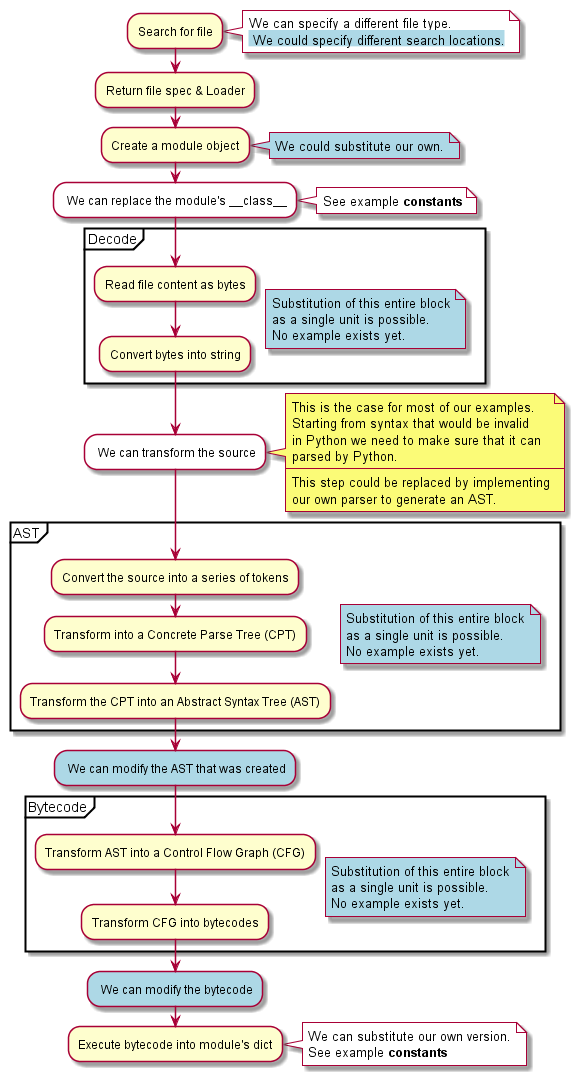
aroberge/ideas keeps this PlantUML diagram as docs/source/_static/import_hook3.png. Above is the earlier version.
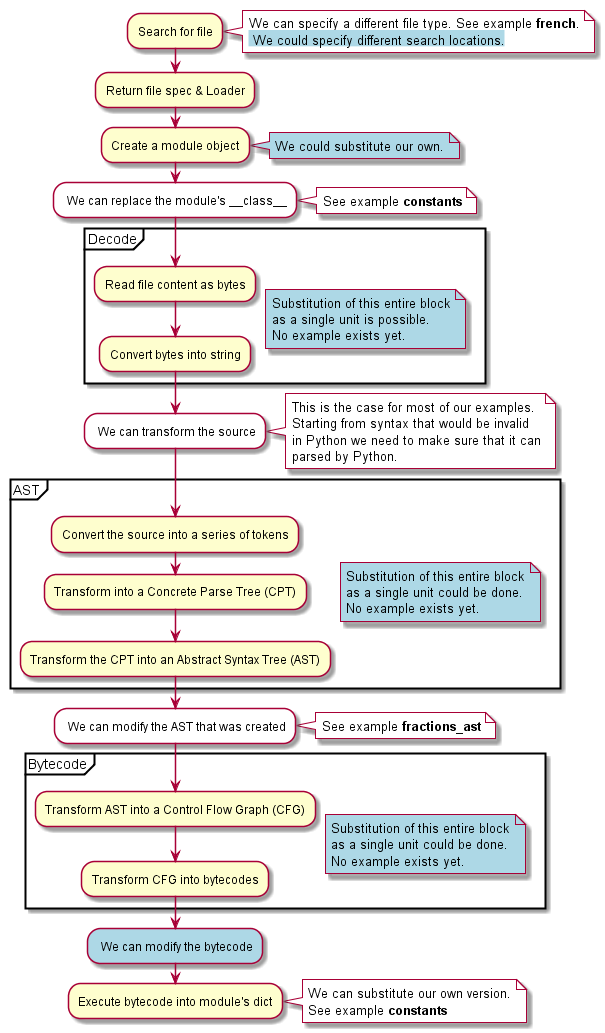
The same file after the commit.

The edit, as a diff of the source:
```diff
@@ -1,7 +1,7 @@
 @startuml
     :Search for file;
     note right #White
-        We can specify a different file type.
+        We can specify a different file type. See example **french**.
         <back:lightblue> We could specify different search locations.</back>
     end note
     :Return file spec & Loader;
@@ -21,30 +21,28 @@
         :Convert bytes into string;
     }
     #White: We can transform the source;
-    note right
+    note right #White
         This is the case for most of our examples.
         Starting from syntax that would be invalid
         in Python we need to make sure that it can
         parsed by Python.
-        ----
-        This step could be replaced by implementing
-        our own parser to generate an AST.
     end note
     partition AST {
         note right #LightBlue
            Substitution of this entire block
-           as a single unit is possible.
+           as a single unit could be done.
            No example exists yet.
         end note
         :Convert the source into a series of tokens;
         :Transform into a Concrete Parse Tree (CPT);
         :Transform the CPT into an Abstract Syntax Tree (AST);
     }
-    #LightBlue: We can modify the AST that was created;
+    #White: We can modify the AST that was created;
+    note right #White: See example **fractions_ast**
     partition Bytecode {
         note right #LightBlue
            Substitution of this entire block
-           as a single unit is possible.
+           as a single unit could be done.
            No example exists yet.
         end note
         :Transform AST into a Control Flow Graph (CFG);
```
